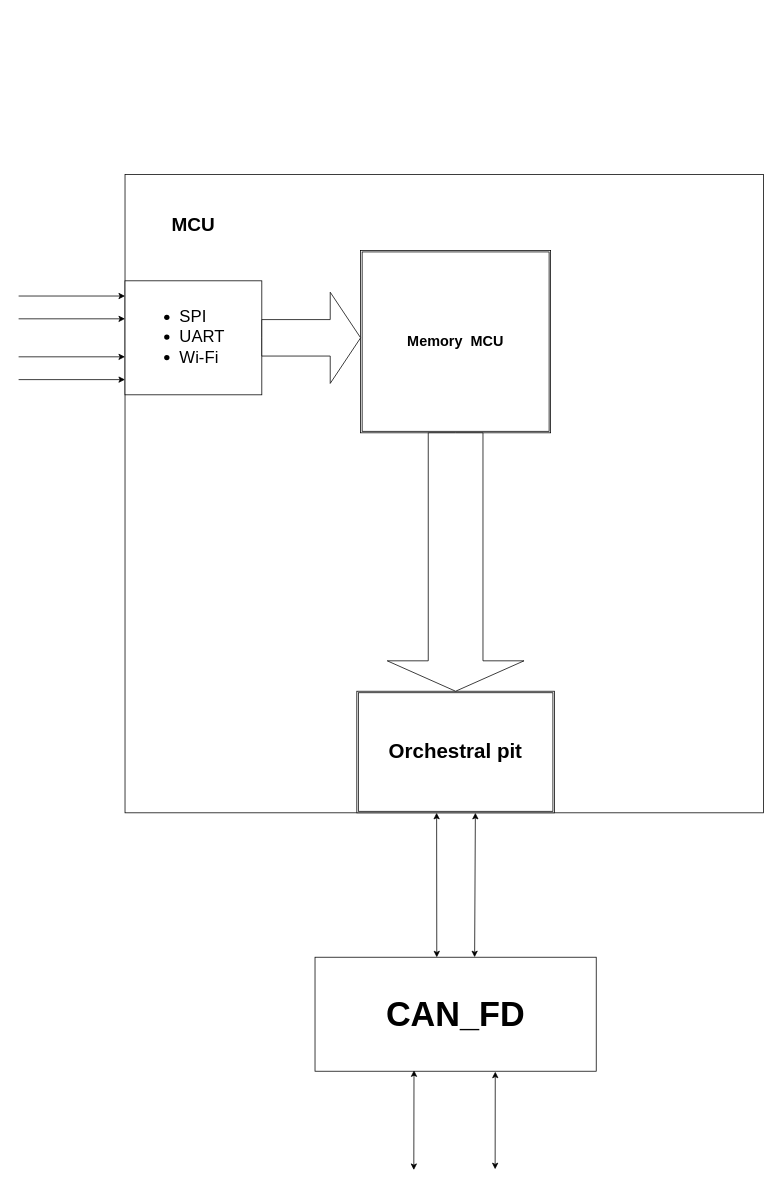
The draw.io diagram 1.2_astraction.drawio in DuePonto/Architecture, before the edit. Source tidied: cells renumbered, new cells numbered last; positions are measured from the earlier drawing's top-left corner, leaving out a move shared by most shapes. Both pictures are drawn from the tidied source at 76%, with x=0, y=0 at pixel (18, 174).
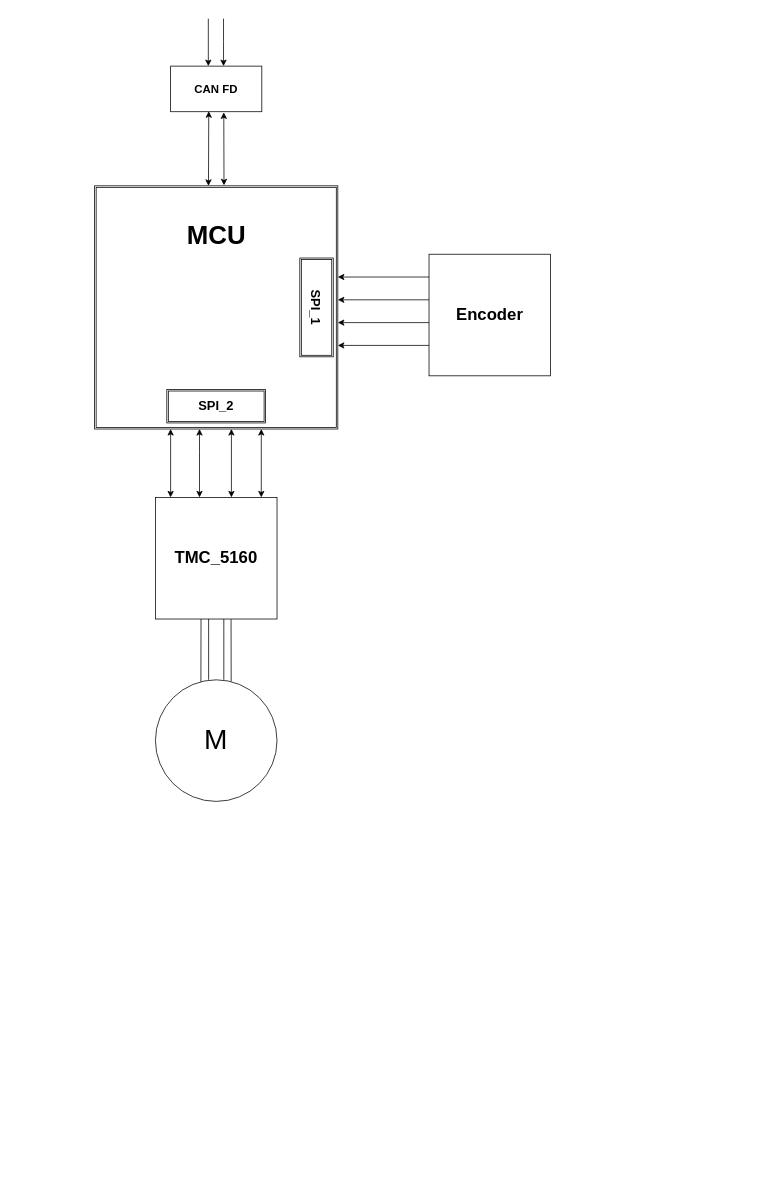
The same diagram, later.

What changed in the source:
```diff
@@
-    <mxCell id="2" style="whiteSpace=wrap;html=1;" parent="1" vertex="1">
-      <mxGeometry x="140" width="840" height="840" as="geometry" />
-    </mxCell>
+    <mxCell id="19" style="rounded=0;whiteSpace=wrap;html=1;" parent="1" vertex="1">
+      <mxGeometry x="200" y="-142.5" width="120" height="60" as="geometry" />
+    </mxCell>
+    <mxCell id="20" value="&lt;b&gt;&lt;font style=&quot;font-size: 15px;&quot;&gt;CAN FD&lt;/font&gt;&lt;/b&gt;" style="text;html=1;strokeColor=none;fillColor=none;align=center;verticalAlign=middle;whiteSpace=wrap;rounded=0;" parent="1" vertex="1">
+      <mxGeometry x="230" y="-130" width="60" height="35" as="geometry" />
+    </mxCell>
+    <mxCell id="21" style="endArrow=classic;startArrow=classic;html=1;rounded=0;exitX=0.47;exitY=0.004;exitDx=0;exitDy=0;exitPerimeter=0;entryX=0.423;entryY=1.012;entryDx=0;entryDy=0;entryPerimeter=0;" parent="1" edge="1">
+      <mxGeometry relative="1" as="geometry">
+        <mxPoint x="249.8" y="15" as="sourcePoint" />
+        <mxPoint x="250.2" y="-83.1" as="targetPoint" />
+      </mxGeometry>
+    </mxCell>
+    <mxCell id="22" style="endArrow=classic;startArrow=classic;html=1;rounded=0;exitX=0.532;exitY=-0.002;exitDx=0;exitDy=0;exitPerimeter=0;entryX=0.583;entryY=1.015;entryDx=0;entryDy=0;entryPerimeter=0;" parent="1" edge="1" source="25" target="19">
+      <mxGeometry relative="1" as="geometry" />
+    </mxCell>
+    <mxCell id="23" style="edgeStyle=none;orthogonalLoop=1;jettySize=auto;html=1;rounded=0;entryX=0.25;entryY=0;entryDx=0;entryDy=0;" parent="1" edge="1">
+      <mxGeometry relative="1" as="geometry">
+        <mxPoint x="249.6" y="-205" as="sourcePoint" />
+        <mxPoint x="249.6" y="-142.5" as="targetPoint" />
+      </mxGeometry>
+    </mxCell>
+    <mxCell id="24" style="edgeStyle=none;orthogonalLoop=1;jettySize=auto;html=1;rounded=0;entryX=0.25;entryY=0;entryDx=0;entryDy=0;" parent="1" edge="1">
+      <mxGeometry relative="1" as="geometry">
+        <mxPoint x="269.6" y="-205" as="sourcePoint" />
+        <mxPoint x="269.6" y="-142.5" as="targetPoint" />
+        <Array as="points">
+          <mxPoint x="269.6" y="-175" />
+        </Array>
+      </mxGeometry>
+    </mxCell>
+    <mxCell id="25" style="shape=ext;double=1;rounded=0;whiteSpace=wrap;html=1;" parent="1" vertex="1">
+      <mxGeometry x="100" y="15" width="320" height="320" as="geometry" />
+    </mxCell>
-    <mxCell id="3" value="&lt;font style=&quot;font-size: 25px;&quot;&gt;&lt;b&gt;MCU&lt;/b&gt;&lt;/font&gt;" style="text;html=1;strokeColor=none;fillColor=none;align=center;verticalAlign=middle;whiteSpace=wrap;rounded=0;" parent="1" vertex="1">
-      <mxGeometry x="200" y="50" width="60" height="30" as="geometry" />
+    <mxCell id="3" value="&lt;font style=&quot;font-size: 34px;&quot;&gt;MCU&lt;/font&gt;" style="text;strokeColor=none;fillColor=none;html=1;fontSize=24;fontStyle=1;verticalAlign=middle;align=center;" parent="1" vertex="1">
+      <mxGeometry x="200" y="50" width="120" height="60" as="geometry" />
     </mxCell>
-    <mxCell id="4" style="rounded=0;whiteSpace=wrap;html=1;" parent="1" vertex="1">
-      <mxGeometry x="140" y="140" width="180" height="150" as="geometry" />
-    </mxCell>
-    <mxCell id="5" value="&lt;ul style=&quot;font-size: 22px;&quot;&gt;&lt;li&gt;SPI&lt;/li&gt;&lt;li&gt;UART&lt;/li&gt;&lt;li&gt;Wi-Fi&lt;/li&gt;&lt;/ul&gt;" style="text;strokeColor=none;fillColor=none;html=1;whiteSpace=wrap;verticalAlign=middle;overflow=hidden;" parent="1" vertex="1">
-      <mxGeometry x="170" y="150" width="150" height="115" as="geometry" />
-    </mxCell>
-    <mxCell id="6" value="&lt;font style=&quot;font-size: 19px;&quot;&gt;&lt;b&gt;Memory&amp;nbsp; MCU&lt;/b&gt;&lt;/font&gt;" style="shape=ext;double=1;rounded=0;whiteSpace=wrap;html=1;" parent="1" vertex="1">
-      <mxGeometry x="450" y="100" width="250" height="240" as="geometry" />
-    </mxCell>
-    <mxCell id="7" value="&lt;b&gt;&lt;font style=&quot;font-size: 27px;&quot;&gt;Orchestral pit&lt;/font&gt;&lt;/b&gt;" style="shape=ext;double=1;rounded=0;whiteSpace=wrap;html=1;" parent="1" vertex="1">
-      <mxGeometry x="445" y="680" width="260" height="160" as="geometry" />
-    </mxCell>
-    <mxCell id="8" style="endArrow=classic;html=1;rounded=0;" parent="1" edge="1">
-      <mxGeometry relative="1" as="geometry">
-        <mxPoint y="240" as="sourcePoint" />
-        <mxPoint x="140" y="240" as="targetPoint" />
-      </mxGeometry>
-    </mxCell>
-    <mxCell id="9" style="endArrow=classic;html=1;rounded=0;" parent="1" edge="1">
-      <mxGeometry relative="1" as="geometry">
-        <mxPoint y="190" as="sourcePoint" />
-        <mxPoint x="140" y="190" as="targetPoint" />
-      </mxGeometry>
-    </mxCell>
-    <mxCell id="10" style="endArrow=classic;html=1;rounded=0;" parent="1" edge="1">
-      <mxGeometry relative="1" as="geometry">
-        <mxPoint y="160" as="sourcePoint" />
-        <mxPoint x="140" y="160" as="targetPoint" />
-      </mxGeometry>
-    </mxCell>
-    <mxCell id="11" style="endArrow=classic;html=1;rounded=0;" parent="1" edge="1">
-      <mxGeometry relative="1" as="geometry">
-        <mxPoint y="270" as="sourcePoint" />
-        <mxPoint x="140" y="270" as="targetPoint" />
-      </mxGeometry>
-    </mxCell>
-    <mxCell id="12" style="html=1;shadow=0;dashed=0;align=center;verticalAlign=middle;shape=mxgraph.arrows2.arrow;dy=0.6;dx=40;notch=0;" parent="1" vertex="1">
-      <mxGeometry x="320" y="155" width="130" height="120" as="geometry" />
-    </mxCell>
-    <mxCell id="13" style="html=1;shadow=0;dashed=0;align=center;verticalAlign=middle;shape=mxgraph.arrows2.arrow;dy=0.6;dx=40;direction=south;notch=0;" parent="1" vertex="1">
-      <mxGeometry x="485" y="340" width="180" height="340" as="geometry" />
-    </mxCell>
-    <mxCell id="14" value="&lt;b&gt;&lt;font style=&quot;font-size: 45px;&quot;&gt;CAN_FD&lt;/font&gt;&lt;/b&gt;" style="rounded=0;whiteSpace=wrap;html=1;" parent="1" vertex="1">
-      <mxGeometry x="390" y="1030" width="370" height="150" as="geometry" />
-    </mxCell>
-    <mxCell id="15" style="endArrow=classic;startArrow=classic;html=1;rounded=0;exitX=0.433;exitY=0.001;exitDx=0;exitDy=0;exitPerimeter=0;" parent="1" edge="1" source="14">
-      <mxGeometry relative="1" as="geometry">
-        <mxPoint x="550" y="840" as="targetPoint" />
-      </mxGeometry>
-    </mxCell>
-    <mxCell id="16" style="endArrow=classic;startArrow=classic;html=1;rounded=0;entryX=0.449;entryY=1.005;entryDx=0;entryDy=0;entryPerimeter=0;exitX=0.461;exitY=0.004;exitDx=0;exitDy=0;exitPerimeter=0;" parent="1" edge="1">
-      <mxGeometry relative="1" as="geometry">
-        <mxPoint x="600" y="1030" as="sourcePoint" />
-        <mxPoint x="601" y="840" as="targetPoint" />
-      </mxGeometry>
-    </mxCell>
-    <mxCell id="17" style="endArrow=classic;startArrow=classic;html=1;rounded=0;entryX=0.352;entryY=0.992;entryDx=0;entryDy=0;entryPerimeter=0;" parent="1" edge="1" target="14">
-      <mxGeometry relative="1" as="geometry">
-        <mxPoint x="520" y="1310" as="sourcePoint" />
-      </mxGeometry>
-    </mxCell>
-    <mxCell id="18" style="endArrow=classic;startArrow=classic;html=1;rounded=0;entryX=0.641;entryY=1.004;entryDx=0;entryDy=0;entryPerimeter=0;" parent="1" edge="1" target="14">
-      <mxGeometry relative="1" as="geometry">
-        <mxPoint x="627" y="1309" as="sourcePoint" />
-      </mxGeometry>
-    </mxCell>
+    <mxCell id="26" style="shape=ext;double=1;rounded=0;whiteSpace=wrap;html=1;" parent="1" vertex="1">
+      <mxGeometry x="370" y="110" width="44" height="130" as="geometry" />
+    </mxCell>
+    <mxCell id="27" value="&lt;b&gt;&lt;font style=&quot;font-size: 17px;&quot;&gt;SPI_1&lt;br&gt;&lt;/font&gt;&lt;/b&gt;" style="text;html=1;strokeColor=none;fillColor=none;align=center;verticalAlign=middle;whiteSpace=wrap;rounded=0;rotation=90;" parent="1" vertex="1">
+      <mxGeometry x="360" y="160" width="60" height="30" as="geometry" />
+    </mxCell>
+    <mxCell id="28" style="shape=ext;double=1;rounded=0;whiteSpace=wrap;html=1;rotation=90;" parent="1" vertex="1">
+      <mxGeometry x="238" y="240" width="44" height="130" as="geometry" />
+    </mxCell>
+    <mxCell id="29" value="&lt;b style=&quot;border-color: var(--border-color);&quot;&gt;&lt;font style=&quot;border-color: var(--border-color); font-size: 17px;&quot;&gt;SPI_2&lt;/font&gt;&lt;/b&gt;" style="text;html=1;strokeColor=none;fillColor=none;align=center;verticalAlign=middle;whiteSpace=wrap;rounded=0;" parent="1" vertex="1">
+      <mxGeometry x="230" y="290" width="60" height="30" as="geometry" />
+    </mxCell>
+    <mxCell id="30" value="&lt;font style=&quot;font-size: 22px;&quot;&gt;&lt;b&gt;Encoder&lt;/b&gt;&lt;/font&gt;" style="whiteSpace=wrap;html=1;" parent="1" vertex="1">
+      <mxGeometry x="540" y="105" width="160" height="160" as="geometry" />
+    </mxCell>
+    <mxCell id="31" value="&lt;font style=&quot;font-size: 22px;&quot;&gt;&lt;b&gt;TMC_5160&lt;/b&gt;&lt;/font&gt;" style="whiteSpace=wrap;html=1;" parent="1" vertex="1">
+      <mxGeometry x="180" y="425" width="160" height="160" as="geometry" />
+    </mxCell>
+    <mxCell id="32" value="&lt;font style=&quot;font-size: 37px;&quot;&gt;M&lt;/font&gt;" style="ellipse;whiteSpace=wrap;html=1;" parent="1" vertex="1">
+      <mxGeometry x="180" y="665" width="160" height="160" as="geometry" />
+    </mxCell>
+    <mxCell id="33" style="endArrow=none;html=1;rounded=0;exitX=0.5;exitY=0;exitDx=0;exitDy=0;entryX=0.5;entryY=1;entryDx=0;entryDy=0;" parent="1" edge="1">
+      <mxGeometry relative="1" as="geometry">
+        <mxPoint x="250" y="665" as="sourcePoint" />
+        <mxPoint x="250" y="585" as="targetPoint" />
+      </mxGeometry>
+    </mxCell>
+    <mxCell id="34" style="endArrow=none;html=1;rounded=0;exitX=0.5;exitY=0;exitDx=0;exitDy=0;entryX=0.5;entryY=1;entryDx=0;entryDy=0;" parent="1" edge="1">
+      <mxGeometry relative="1" as="geometry">
+        <mxPoint x="270" y="665" as="sourcePoint" />
+        <mxPoint x="270" y="585" as="targetPoint" />
+      </mxGeometry>
+    </mxCell>
+    <mxCell id="35" style="endArrow=none;html=1;rounded=0;exitX=0.623;exitY=0.014;exitDx=0;exitDy=0;entryX=0.622;entryY=1.002;entryDx=0;entryDy=0;exitPerimeter=0;entryPerimeter=0;" parent="1" edge="1" source="32" target="31">
+      <mxGeometry relative="1" as="geometry" />
+    </mxCell>
+    <mxCell id="36" style="endArrow=none;html=1;rounded=0;entryX=0.5;entryY=1;entryDx=0;entryDy=0;exitX=0.374;exitY=0.017;exitDx=0;exitDy=0;exitPerimeter=0;" parent="1" edge="1" source="32">
+      <mxGeometry relative="1" as="geometry">
+        <mxPoint x="240" y="585" as="targetPoint" />
+      </mxGeometry>
+    </mxCell>
+    <mxCell id="37" style="endArrow=classic;startArrow=classic;html=1;rounded=0;entryX=0.5;entryY=1;entryDx=0;entryDy=0;exitX=0.5;exitY=0;exitDx=0;exitDy=0;" parent="1" edge="1">
+      <mxGeometry relative="1" as="geometry">
+        <mxPoint x="238" y="425" as="sourcePoint" />
+        <mxPoint x="238" y="335" as="targetPoint" />
+        <Array as="points">
+          <mxPoint x="238" y="365" />
+        </Array>
+      </mxGeometry>
+    </mxCell>
+    <mxCell id="38" style="endArrow=classic;startArrow=classic;html=1;rounded=0;entryX=0.5;entryY=1;entryDx=0;entryDy=0;exitX=0.5;exitY=0;exitDx=0;exitDy=0;" parent="1" edge="1">
+      <mxGeometry relative="1" as="geometry">
+        <mxPoint x="280" y="425" as="sourcePoint" />
+        <mxPoint x="280" y="335" as="targetPoint" />
+      </mxGeometry>
+    </mxCell>
+    <mxCell id="39" style="endArrow=classic;startArrow=classic;html=1;rounded=0;entryX=0.5;entryY=1;entryDx=0;entryDy=0;exitX=0.5;exitY=0;exitDx=0;exitDy=0;" parent="1" edge="1">
+      <mxGeometry relative="1" as="geometry">
+        <mxPoint x="200" y="425" as="sourcePoint" />
+        <mxPoint x="200" y="335" as="targetPoint" />
+      </mxGeometry>
+    </mxCell>
+    <mxCell id="40" style="endArrow=classic;startArrow=classic;html=1;rounded=0;entryX=0.5;entryY=1;entryDx=0;entryDy=0;exitX=0.5;exitY=0;exitDx=0;exitDy=0;" parent="1" edge="1">
+      <mxGeometry relative="1" as="geometry">
+        <mxPoint x="319.3" y="425" as="sourcePoint" />
+        <mxPoint x="319.3" y="335" as="targetPoint" />
+      </mxGeometry>
+    </mxCell>
+    <mxCell id="41" style="endArrow=classic;html=1;rounded=0;exitX=0;exitY=0.5;exitDx=0;exitDy=0;" parent="1" edge="1">
+      <mxGeometry relative="1" as="geometry">
+        <mxPoint x="540" y="165" as="sourcePoint" />
+        <mxPoint x="420" y="165" as="targetPoint" />
+      </mxGeometry>
+    </mxCell>
+    <mxCell id="42" style="endArrow=classic;html=1;rounded=0;exitX=0;exitY=0.5;exitDx=0;exitDy=0;" parent="1" edge="1">
+      <mxGeometry relative="1" as="geometry">
+        <mxPoint x="540" y="135" as="sourcePoint" />
+        <mxPoint x="420" y="135" as="targetPoint" />
+      </mxGeometry>
+    </mxCell>
+    <mxCell id="43" style="endArrow=classic;html=1;rounded=0;exitX=0;exitY=0.5;exitDx=0;exitDy=0;" parent="1" edge="1">
+      <mxGeometry relative="1" as="geometry">
+        <mxPoint x="540" y="195" as="sourcePoint" />
+        <mxPoint x="420" y="195" as="targetPoint" />
+      </mxGeometry>
+    </mxCell>
+    <mxCell id="44" style="endArrow=classic;html=1;rounded=0;exitX=0;exitY=0.5;exitDx=0;exitDy=0;" parent="1" edge="1">
+      <mxGeometry relative="1" as="geometry">
+        <mxPoint x="540" y="225" as="sourcePoint" />
+        <mxPoint x="420" y="225" as="targetPoint" />
+      </mxGeometry>
+    </mxCell>
```
